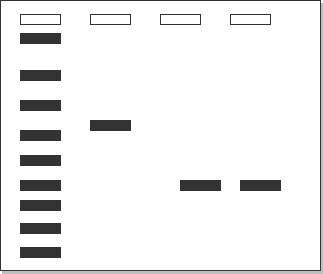
The draw.io diagram experiment/simulation/images/outputgel.png in virtual-labs/exp-protein-page-iitkgp, before a commit. Source tidied: cells renumbered, new cells last; positions are measured from the earlier drawing's top-left corner, leaving out a move shared by most shapes. The source it was exported from:
```xml
<mxGraphModel>
  <root>
    <mxCell id="0" />
    <mxCell id="1" parent="0" />
    <mxCell id="2" style="rounded=0;whiteSpace=wrap;html=1;strokeColor=#333333;glass=0;shadow=1;rotation=0;" parent="1" vertex="1">
      <mxGeometry width="320" height="270" as="geometry" />
    </mxCell>
    <mxCell id="3" style="rounded=0;whiteSpace=wrap;html=1;fillColor=#FFFFFF;strokeColor=#333333;" parent="1" vertex="1">
      <mxGeometry x="20" y="14" width="40" height="10" as="geometry" />
    </mxCell>
    <mxCell id="4" style="rounded=0;whiteSpace=wrap;html=1;fillColor=#FFFFFF;strokeColor=#333333;" parent="1" vertex="1">
      <mxGeometry x="90" y="14" width="40" height="10" as="geometry" />
    </mxCell>
    <mxCell id="5" style="rounded=0;whiteSpace=wrap;html=1;fillColor=#FFFFFF;strokeColor=#333333;" parent="1" vertex="1">
      <mxGeometry x="160" y="14" width="40" height="10" as="geometry" />
    </mxCell>
    <mxCell id="6" style="rounded=0;whiteSpace=wrap;html=1;fillColor=#FFFFFF;strokeColor=#333333;" parent="1" vertex="1">
      <mxGeometry x="230" y="14" width="40" height="10" as="geometry" />
    </mxCell>
    <mxCell id="7" style="rounded=0;whiteSpace=wrap;html=1;fillColor=#333333;strokeColor=#333333;" parent="1" vertex="1">
      <mxGeometry x="20" y="33" width="40" height="10" as="geometry" />
    </mxCell>
    <mxCell id="8" style="rounded=0;whiteSpace=wrap;html=1;fillColor=#333333;strokeColor=#333333;" parent="1" vertex="1">
      <mxGeometry x="20" y="70" width="40" height="10" as="geometry" />
    </mxCell>
    <mxCell id="9" style="rounded=0;whiteSpace=wrap;html=1;fillColor=#333333;strokeColor=#333333;" parent="1" vertex="1">
      <mxGeometry x="20" y="100" width="40" height="10" as="geometry" />
    </mxCell>
    <mxCell id="10" style="rounded=0;whiteSpace=wrap;html=1;fillColor=#333333;strokeColor=#333333;" parent="1" vertex="1">
      <mxGeometry x="20" y="130" width="40" height="10" as="geometry" />
    </mxCell>
    <mxCell id="11" style="rounded=0;whiteSpace=wrap;html=1;fillColor=#333333;strokeColor=#333333;" parent="1" vertex="1">
      <mxGeometry x="20" y="155" width="40" height="10" as="geometry" />
    </mxCell>
    <mxCell id="12" style="rounded=0;whiteSpace=wrap;html=1;fillColor=#333333;strokeColor=#333333;" parent="1" vertex="1">
      <mxGeometry x="20" y="180" width="40" height="10" as="geometry" />
    </mxCell>
    <mxCell id="13" style="rounded=0;whiteSpace=wrap;html=1;fillColor=#333333;strokeColor=#333333;" parent="1" vertex="1">
      <mxGeometry x="90" y="120" width="40" height="10" as="geometry" />
    </mxCell>
    <mxCell id="14" style="rounded=0;whiteSpace=wrap;html=1;fillColor=#333333;strokeColor=#333333;" parent="1" vertex="1">
      <mxGeometry x="180" y="180" width="40" height="10" as="geometry" />
    </mxCell>
    <mxCell id="15" style="rounded=0;whiteSpace=wrap;html=1;fillColor=#333333;strokeColor=#333333;" parent="1" vertex="1">
      <mxGeometry x="240" y="180" width="40" height="10" as="geometry" />
    </mxCell>
    <mxCell id="16" style="rounded=0;whiteSpace=wrap;html=1;fillColor=#333333;strokeColor=#333333;" parent="1" vertex="1">
      <mxGeometry x="20" y="200" width="40" height="10" as="geometry" />
    </mxCell>
    <mxCell id="17" style="rounded=0;whiteSpace=wrap;html=1;fillColor=#333333;strokeColor=#333333;" parent="1" vertex="1">
      <mxGeometry x="20" y="223" width="40" height="10" as="geometry" />
    </mxCell>
    <mxCell id="18" style="rounded=0;whiteSpace=wrap;html=1;fillColor=#333333;strokeColor=#333333;" parent="1" vertex="1">
      <mxGeometry x="20" y="247" width="40" height="10" as="geometry" />
    </mxCell>
  </root>
</mxGraphModel>
```
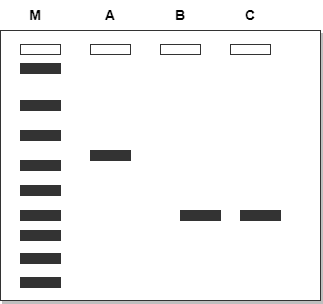
The same diagram one commit later.

Change to the diagram source:
```diff
@@ -53,5 +53,17 @@
     <mxCell id="18" style="rounded=0;whiteSpace=wrap;html=1;fillColor=#333333;strokeColor=#333333;" parent="1" vertex="1">
       <mxGeometry x="20" y="247" width="40" height="10" as="geometry" />
     </mxCell>
+    <mxCell id="19" value="&lt;b&gt;&lt;font style=&quot;font-size: 14px;&quot;&gt;M&lt;/font&gt;&lt;/b&gt;" style="text;html=1;strokeColor=none;fillColor=none;align=center;verticalAlign=middle;whiteSpace=wrap;rounded=0;" parent="1" vertex="1">
+      <mxGeometry x="5" y="-30" width="60" height="30" as="geometry" />
+    </mxCell>
+    <mxCell id="20" value="&lt;b&gt;&lt;font style=&quot;font-size: 14px;&quot;&gt;A&lt;/font&gt;&lt;/b&gt;" style="text;html=1;strokeColor=none;fillColor=none;align=center;verticalAlign=middle;whiteSpace=wrap;rounded=0;" parent="1" vertex="1">
+      <mxGeometry x="80" y="-30" width="60" height="30" as="geometry" />
+    </mxCell>
+    <mxCell id="21" value="&lt;b&gt;&lt;font style=&quot;font-size: 14px;&quot;&gt;C&lt;/font&gt;&lt;/b&gt;" style="text;html=1;strokeColor=none;fillColor=none;align=center;verticalAlign=middle;whiteSpace=wrap;rounded=0;" parent="1" vertex="1">
+      <mxGeometry x="220" y="-30" width="60" height="30" as="geometry" />
+    </mxCell>
+    <mxCell id="22" value="&lt;b&gt;&lt;font style=&quot;font-size: 14px;&quot;&gt;B&lt;/font&gt;&lt;/b&gt;" style="text;html=1;strokeColor=none;fillColor=none;align=center;verticalAlign=middle;whiteSpace=wrap;rounded=0;" parent="1" vertex="1">
+      <mxGeometry x="150" y="-30" width="60" height="30" as="geometry" />
+    </mxCell>
   </root>
 </mxGraphModel>
```
